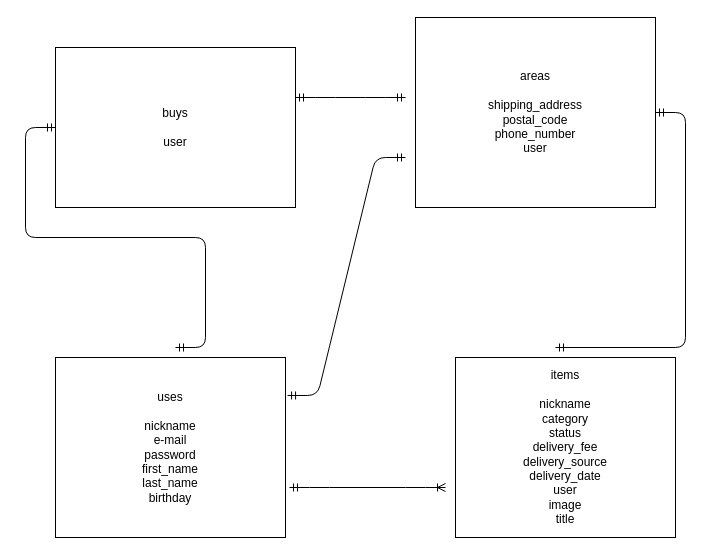
The draw.io diagram furima.dio in tech-zack/furima-34547, before the edit. Source tidied: cells renumbered, new cells numbered last; positions are measured from the earlier drawing's top-left corner, leaving out a move shared by most shapes. Both pictures are drawn from the tidied source at 100%, with x=0, y=0 at pixel (55, 17).
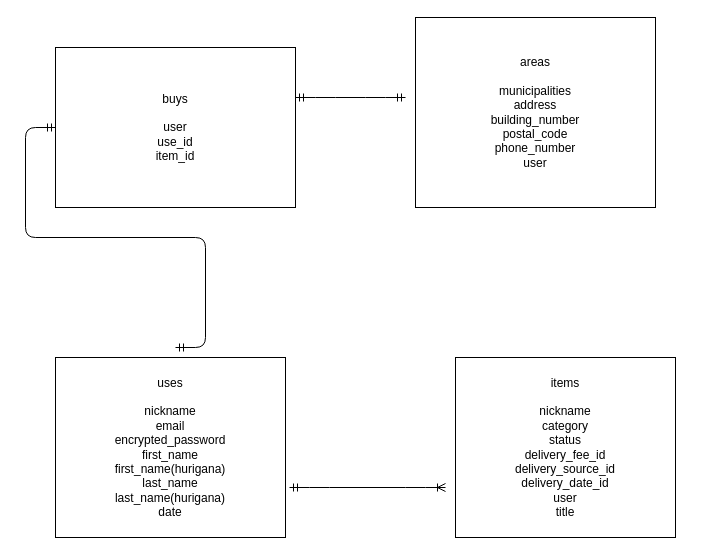
The same page after the edit.

Commit message (it also covers changes not shown here):
データベース訂正１

Change to the diagram source:
```diff
@@
 <mxGraphModel>
   <root>
     <mxCell id="0" />
     <mxCell id="1" parent="0" />
-    <mxCell id="2" value="uses&lt;br&gt;&lt;br&gt;nickname&lt;br&gt;e-mail&lt;br&gt;password&lt;br&gt;first_name&lt;br&gt;last_name&lt;br&gt;birthday" style="whiteSpace=wrap;html=1;align=center;" parent="1" vertex="1">
+    <mxCell id="2" value="uses&lt;br&gt;&lt;br&gt;nickname&lt;br&gt;email&lt;br&gt;encrypted_password&lt;br&gt;first_name&lt;br&gt;first_name(hurigana)&lt;br&gt;last_name&lt;br&gt;last_name(hurigana)&lt;br&gt;date" style="whiteSpace=wrap;html=1;align=center;" parent="1" vertex="1">
       <mxGeometry y="340" width="230" height="180" as="geometry" />
     </mxCell>
-    <mxCell id="3" value="items&lt;br&gt;&lt;br&gt;nickname&lt;br&gt;category&lt;br&gt;status&lt;br&gt;delivery_fee&lt;br&gt;delivery_source&lt;br&gt;delivery_date&lt;br&gt;user&lt;br&gt;image&lt;br&gt;title" style="whiteSpace=wrap;html=1;align=center;" parent="1" vertex="1">
+    <mxCell id="3" value="items&lt;br&gt;&lt;br&gt;nickname&lt;br&gt;category&lt;br&gt;status&lt;br&gt;delivery_fee_id&lt;br&gt;delivery_source_id&lt;br&gt;delivery_date_id&lt;br&gt;user&lt;br&gt;title" style="whiteSpace=wrap;html=1;align=center;" parent="1" vertex="1">
       <mxGeometry x="400" y="340" width="220" height="180" as="geometry" />
     </mxCell>
-    <mxCell id="4" value="buys&lt;br&gt;&lt;br&gt;user" style="whiteSpace=wrap;html=1;align=center;" parent="1" vertex="1">
+    <mxCell id="4" value="buys&lt;br&gt;&lt;br&gt;user&lt;br&gt;use_id&lt;br&gt;item_id" style="whiteSpace=wrap;html=1;align=center;" parent="1" vertex="1">
       <mxGeometry y="30" width="240" height="160" as="geometry" />
     </mxCell>
-    <mxCell id="5" value="areas&lt;br&gt;&lt;br&gt;shipping_address&lt;br&gt;postal_code&lt;br&gt;phone_number&lt;br&gt;user" style="whiteSpace=wrap;html=1;align=center;" parent="1" vertex="1">
+    <mxCell id="5" value="areas&lt;br&gt;&lt;br&gt;municipalities&lt;br&gt;address&lt;br&gt;building_number&lt;br&gt;postal_code&lt;br&gt;phone_number&lt;br&gt;user" style="whiteSpace=wrap;html=1;align=center;" parent="1" vertex="1">
       <mxGeometry x="360" width="240" height="190" as="geometry" />
     </mxCell>
     <mxCell id="6" style="edgeStyle=entityRelationEdgeStyle;fontSize=12;html=1;endArrow=ERoneToMany;startArrow=ERmandOne;" parent="1" edge="1">
       <mxGeometry relative="1" as="geometry">
         <mxPoint x="234" y="470" as="sourcePoint" />
         <mxPoint x="390" y="470" as="targetPoint" />
       </mxGeometry>
     </mxCell>
-    <mxCell id="7" style="edgeStyle=entityRelationEdgeStyle;fontSize=12;html=1;endArrow=ERmandOne;startArrow=ERmandOne;exitX=1.009;exitY=0.211;exitDx=0;exitDy=0;exitPerimeter=0;" parent="1" edge="1" source="2">
-      <mxGeometry relative="1" as="geometry">
-        <mxPoint x="350" y="140" as="targetPoint" />
-      </mxGeometry>
-    </mxCell>
     <mxCell id="8" style="edgeStyle=entityRelationEdgeStyle;fontSize=12;html=1;endArrow=ERmandOne;startArrow=ERmandOne;" parent="1" edge="1">
       <mxGeometry relative="1" as="geometry">
         <mxPoint x="120" y="330" as="sourcePoint" />
         <mxPoint y="110" as="targetPoint" />
       </mxGeometry>
     </mxCell>
     <mxCell id="9" style="edgeStyle=entityRelationEdgeStyle;fontSize=12;html=1;endArrow=ERmandOne;startArrow=ERmandOne;" parent="1" edge="1">
       <mxGeometry relative="1" as="geometry">
         <mxPoint x="240" y="80" as="sourcePoint" />
         <mxPoint x="350" y="80" as="targetPoint" />
       </mxGeometry>
     </mxCell>
-    <mxCell id="10" style="edgeStyle=entityRelationEdgeStyle;fontSize=12;html=1;endArrow=ERmandOne;startArrow=ERmandOne;" parent="1" edge="1" target="5">
-      <mxGeometry relative="1" as="geometry">
-        <mxPoint x="500" y="330" as="sourcePoint" />
-      </mxGeometry>
-    </mxCell>
   </root>
 </mxGraphModel>
```
